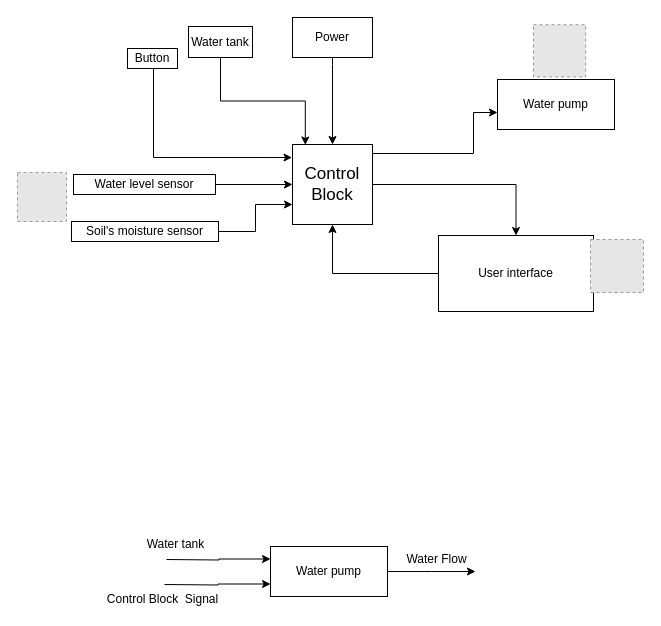
Earlier version of the draw.io diagram Untitled Diagram.drawio (anhkhangluu/test-project). Source tidied: cells renumbered, new cells numbered last; positions are measured from the earlier drawing's top-left corner, leaving out a move shared by most shapes. Both pictures are drawn from the tidied source at 100%, with x=0, y=0 at pixel (17, 17). Pictures stored in the file or linked from it are replaced by grey dashed boxes.
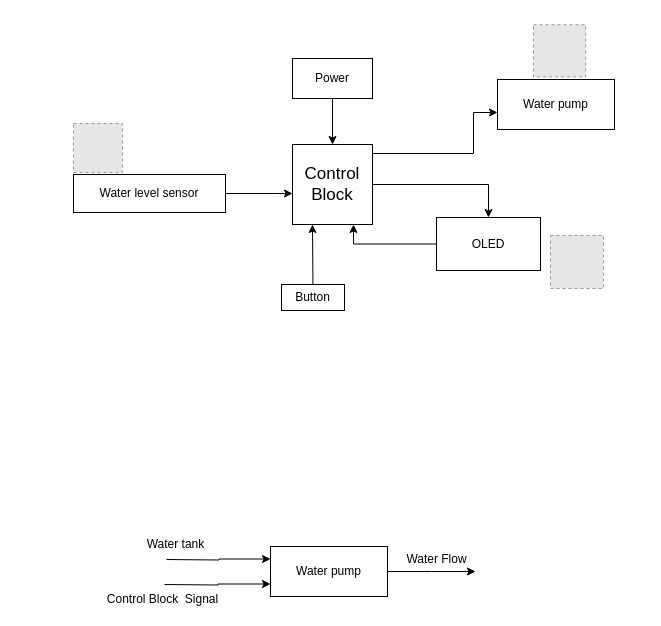
Above is the later version.

Unchanged cells that the change refers to:
```xml
<mxCell id="4" value="&lt;font style=&quot;font-size: 17px&quot;&gt;Control &lt;br&gt;Block&lt;/font&gt;" style="whiteSpace=wrap;html=1;" parent="1" vertex="1">
  <mxGeometry x="275" y="127" width="80" height="80" as="geometry" />
</mxCell>
```

What changed in the source:
```diff
@@
     <mxCell id="3" style="edgeStyle=orthogonalEdgeStyle;rounded=0;jettySize=auto;html=1;" parent="1" edge="1" source="4" target="17">
-      <mxGeometry relative="1" as="geometry" />
+      <mxGeometry relative="1" as="geometry">
+        <Array as="points">
+          <mxPoint x="471" y="167" />
+        </Array>
+      </mxGeometry>
     </mxCell>
+    <mxCell id="5" style="edgeStyle=orthogonalEdgeStyle;rounded=0;jettySize=auto;html=1;exitX=0.5;exitY=0;exitDx=0;exitDy=0;entryX=0.25;entryY=1;entryDx=0;entryDy=0;" parent="1" edge="1" source="6" target="4">
+      <mxGeometry relative="1" as="geometry">
+        <Array as="points">
+          <mxPoint x="295" y="275" />
+        </Array>
+      </mxGeometry>
+    </mxCell>
@@
-    <mxCell id="5" style="edgeStyle=orthogonalEdgeStyle;rounded=0;jettySize=auto;html=1;exitX=0.5;exitY=1;exitDx=0;exitDy=0;entryX=-0.006;entryY=0.163;entryDx=0;entryDy=0;entryPerimeter=0;" parent="1" edge="1" source="6" target="4">
-      <mxGeometry relative="1" as="geometry">
-        <Array as="points">
-          <mxPoint x="136" y="140" />
-        </Array>
-      </mxGeometry>
-    </mxCell>
-    <mxCell id="6" value="Button" style="rounded=0;whiteSpace=wrap;html=1;" parent="1" vertex="1">
-      <mxGeometry x="110" y="31" width="50" height="20" as="geometry" />
-    </mxCell>
@@
     <mxCell id="8" value="Power" style="rounded=0;whiteSpace=wrap;html=1;" parent="1" vertex="1">
-      <mxGeometry x="275" width="80" height="40" as="geometry" />
+      <mxGeometry x="275" y="41" width="80" height="40" as="geometry" />
     </mxCell>
@@
-    <mxCell id="10" style="edgeStyle=orthogonalEdgeStyle;rounded=0;jettySize=auto;html=1;exitX=0.5;exitY=1;exitDx=0;exitDy=0;entryX=0.16;entryY=0.006;entryDx=0;entryDy=0;entryPerimeter=0;" parent="1" edge="1" source="11" target="4">
-      <mxGeometry relative="1" as="geometry" />
-    </mxCell>
-    <mxCell id="11" value="Water tank" style="rounded=0;whiteSpace=wrap;html=1;" parent="1" vertex="1">
-      <mxGeometry x="171" y="9" width="64" height="31" as="geometry" />
-    </mxCell>
     <mxCell id="12" style="edgeStyle=orthogonalEdgeStyle;rounded=0;jettySize=auto;html=1;" parent="1" edge="1" source="13" target="4">
-      <mxGeometry relative="1" as="geometry" />
+      <mxGeometry relative="1" as="geometry">
+        <Array as="points">
+          <mxPoint x="258" y="176" />
+          <mxPoint x="258" y="176" />
+        </Array>
+      </mxGeometry>
     </mxCell>
     <mxCell id="13" value="Water level sensor" style="rounded=0;whiteSpace=wrap;html=1;" parent="1" vertex="1">
-      <mxGeometry x="56" y="157" width="142" height="20" as="geometry" />
+      <mxGeometry x="56" y="157" width="152" height="38" as="geometry" />
     </mxCell>
-    <mxCell id="14" style="edgeStyle=orthogonalEdgeStyle;rounded=0;jettySize=auto;html=1;entryX=0;entryY=0.75;entryDx=0;entryDy=0;" parent="1" edge="1" source="15" target="4">
-      <mxGeometry relative="1" as="geometry" />
-    </mxCell>
-    <mxCell id="15" value="Soil's moisture sensor" style="rounded=0;whiteSpace=wrap;html=1;" parent="1" vertex="1">
-      <mxGeometry x="54" y="204" width="147" height="20" as="geometry" />
-    </mxCell>
-    <mxCell id="16" style="edgeStyle=orthogonalEdgeStyle;rounded=0;jettySize=auto;html=1;exitX=0;exitY=0.5;exitDx=0;exitDy=0;entryX=0.5;entryY=1;entryDx=0;entryDy=0;" parent="1" edge="1" source="17" target="4">
-      <mxGeometry relative="1" as="geometry" />
+    <mxCell id="16" style="edgeStyle=orthogonalEdgeStyle;rounded=0;jettySize=auto;html=1;exitX=0;exitY=0.5;exitDx=0;exitDy=0;" parent="1" edge="1" source="17">
+      <mxGeometry relative="1" as="geometry">
+        <mxPoint x="336" y="207" as="targetPoint" />
+        <Array as="points">
+          <mxPoint x="336" y="227" />
+          <mxPoint x="336" y="207" />
+        </Array>
+      </mxGeometry>
     </mxCell>
-    <mxCell id="17" value="User interface" style="whiteSpace=wrap;html=1;" parent="1" vertex="1">
-      <mxGeometry x="421" y="218" width="155" height="76" as="geometry" />
+    <mxCell id="17" value="OLED" style="whiteSpace=wrap;html=1;" parent="1" vertex="1">
+      <mxGeometry x="419" y="200" width="104" height="53" as="geometry" />
     </mxCell>
     <mxCell id="18" style="fillColor=#E6E6E6;strokeColor=#999999;dashed=1;verticalLabelPosition=bottom;labelBackgroundColor=#ffffff;verticalAlign=top;" parent="1" vertex="1">
-      <mxGeometry y="155" width="49" height="49" as="geometry" />
+      <mxGeometry x="56" y="106" width="49" height="49" as="geometry" />
     </mxCell>
@@
     <mxCell id="20" style="fillColor=#E6E6E6;strokeColor=#999999;dashed=1;verticalLabelPosition=bottom;labelBackgroundColor=#ffffff;verticalAlign=top;" parent="1" vertex="1">
-      <mxGeometry x="573" y="222" width="53" height="53" as="geometry" />
+      <mxGeometry x="533" y="218" width="53" height="53" as="geometry" />
     </mxCell>
@@
+    <mxCell id="6" value="Button" style="rounded=0;whiteSpace=wrap;html=1;" parent="1" vertex="1">
+      <mxGeometry x="264" y="267" width="63" height="26" as="geometry" />
+    </mxCell>
```
